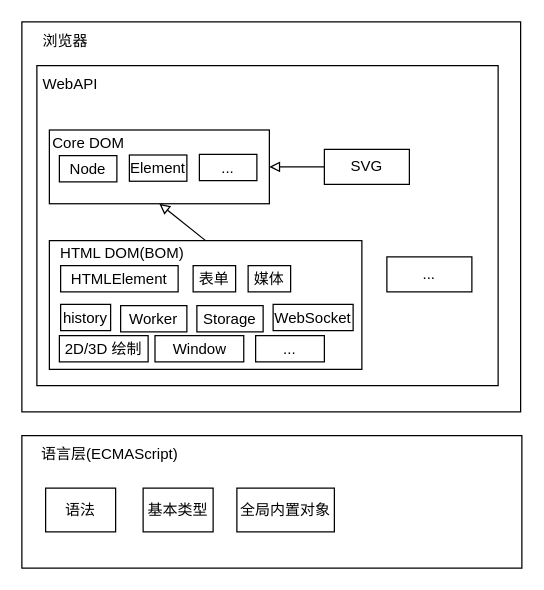
Above: page "第 2 页" (2 of 2) of source/_drawio/jslib.drawio in ivan-94/bobi.ink (draw.io), before the change. Source tidied: cells renumbered, new cells numbered last; positions are measured from the earlier drawing's top-left corner, leaving out a move shared by most shapes. Both pictures are drawn from the tidied source at 125%, with x=0, y=0 at pixel (21, 21).
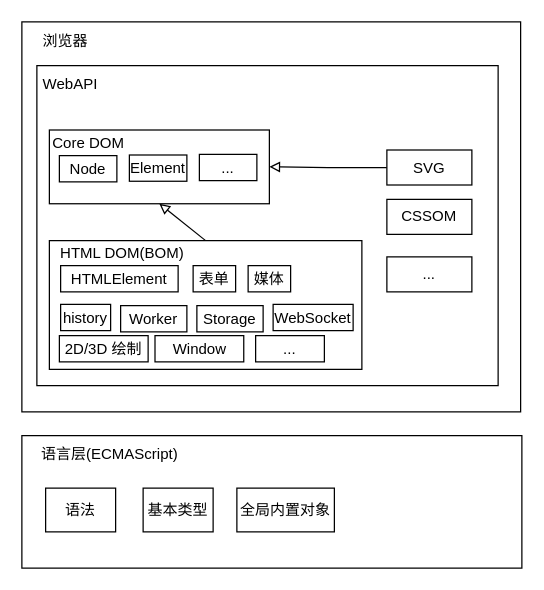
Above is the later version.

The edit, as a diff of the source:
```diff
@@
     <mxCell id="29" value="SVG" style="rounded=0;whiteSpace=wrap;html=1;" parent="1" vertex="1">
-      <mxGeometry x="242" y="102" width="68" height="28" as="geometry" />
+      <mxGeometry x="292" y="102.5" width="68" height="28" as="geometry" />
     </mxCell>
@@
+    <mxCell id="32" value="CSSOM" style="rounded=0;whiteSpace=wrap;html=1;" parent="1" vertex="1">
+      <mxGeometry x="292" y="142" width="68" height="28" as="geometry" />
+    </mxCell>
```
